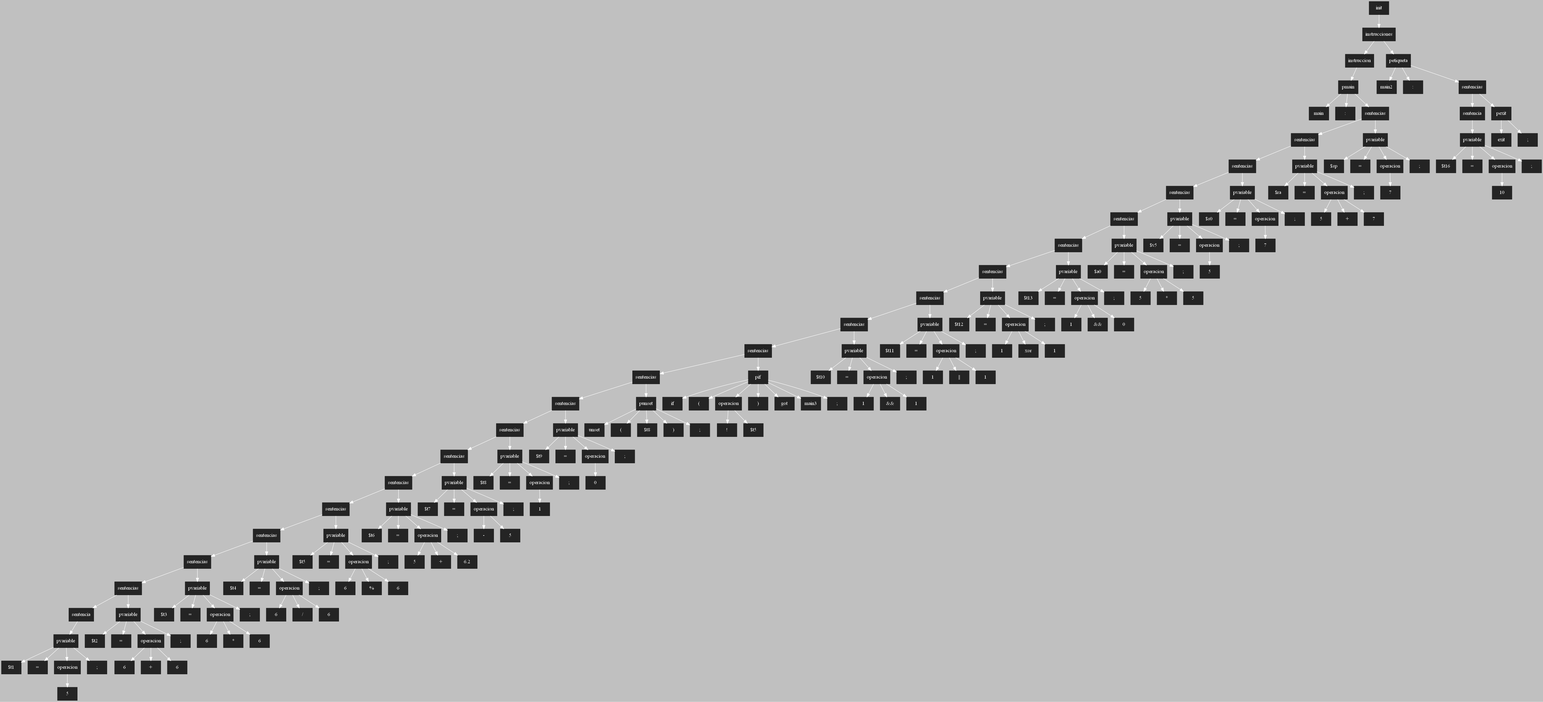
AndreeAvalos/OLC2-AUGUS keeps this Graphviz diagram as ASPAscendente.png. Above is the earlier version. Its source is kept beside it as ASPAscendente.dot.
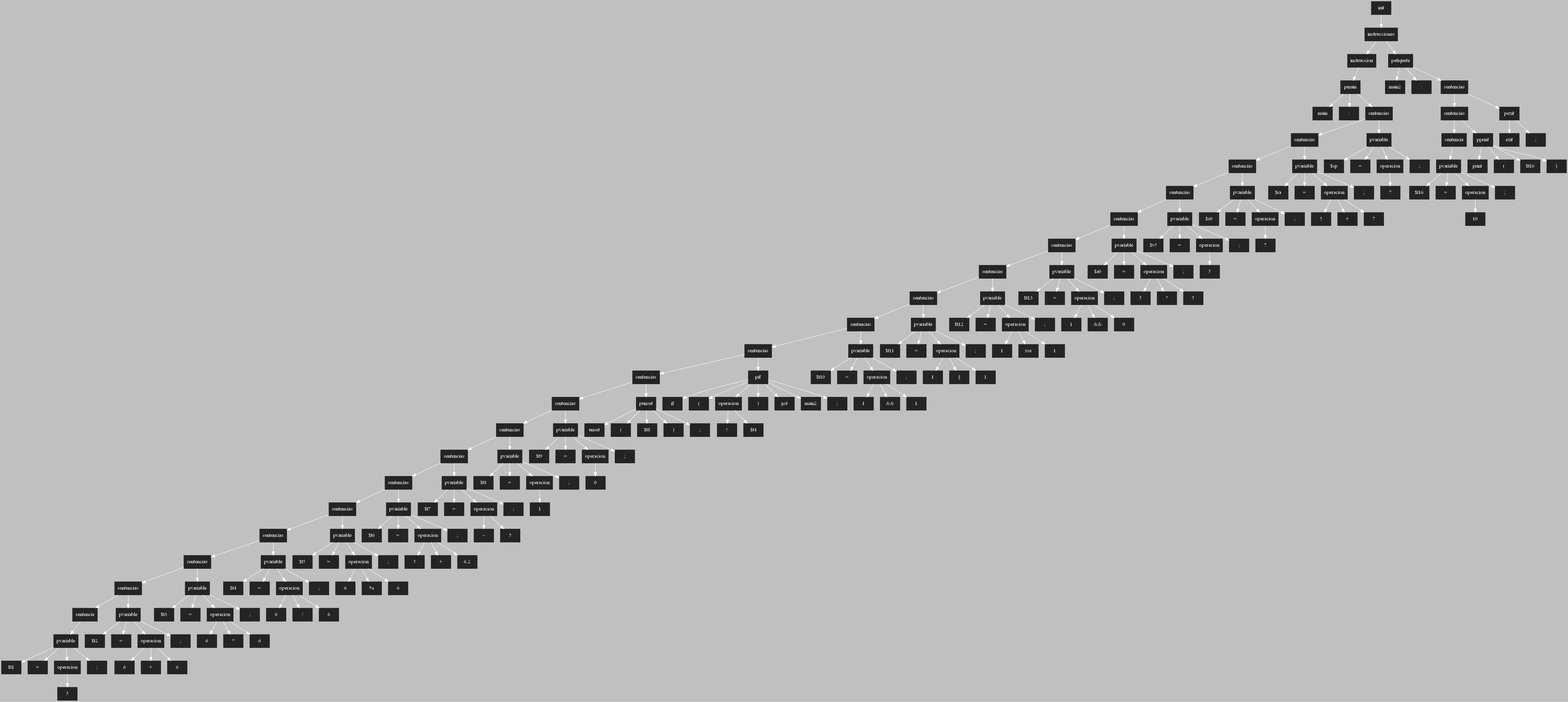
Later version of the same file.

Commit message:
Sentencia Print

Change to the diagram source:
```diff
@@ -3,378 +3,412 @@
  [shape=box, style=filled, color=gray14]
  rankdir=UD
  edge[color=white, dir=fordware]
-561[style = "filled" ; label = "init"]
-560[style = "filled" ; label = "instrucciones"]
-545[style = "filled" ; label = "instruccion"]
-542[style = "filled" ; label = "pmain"]
-543[style = "filled" ; label = "main"]
-544[style = "filled" ; label = ":"]
-541[style = "filled" ; label = "sentencias"]
-534[style = "filled" ; label = "sentencias"]
-525[style = "filled" ; label = "sentencias"]
-518[style = "filled" ; label = "sentencias"]
-511[style = "filled" ; label = "sentencias"]
-502[style = "filled" ; label = "sentencias"]
-493[style = "filled" ; label = "sentencias"]
-484[style = "filled" ; label = "sentencias"]
-475[style = "filled" ; label = "sentencias"]
-466[style = "filled" ; label = "sentencias"]
-455[style = "filled" ; label = "sentencias"]
-448[style = "filled" ; label = "sentencias"]
-441[style = "filled" ; label = "sentencias"]
-434[style = "filled" ; label = "sentencias"]
-426[style = "filled" ; label = "sentencias"]
-417[style = "filled" ; label = "sentencias"]
-408[style = "filled" ; label = "sentencias"]
-399[style = "filled" ; label = "sentencias"]
-390[style = "filled" ; label = "sentencias"]
-381[style = "filled" ; label = "sentencia"]
-377[style = "filled" ; label = "pvariable"]
-378[style = "filled" ; label = "$t1"]
-379[style = "filled" ; label = "="]
-376[style = "filled" ; label = "operacion"]
-375[style = "filled" ; label = "5"]
-380[style = "filled" ; label = ";"]
-386[style = "filled" ; label = "pvariable"]
-387[style = "filled" ; label = "$t2"]
-388[style = "filled" ; label = "="]
-384[style = "filled" ; label = "operacion"]
-382[style = "filled" ; label = "6"]
-385[style = "filled" ; label = "+"]
-383[style = "filled" ; label = "6"]
-389[style = "filled" ; label = ";"]
-395[style = "filled" ; label = "pvariable"]
-396[style = "filled" ; label = "$t3"]
-397[style = "filled" ; label = "="]
-393[style = "filled" ; label = "operacion"]
-391[style = "filled" ; label = "6"]
-394[style = "filled" ; label = "*"]
-392[style = "filled" ; label = "6"]
-398[style = "filled" ; label = ";"]
-404[style = "filled" ; label = "pvariable"]
-405[style = "filled" ; label = "$t4"]
-406[style = "filled" ; label = "="]
-402[style = "filled" ; label = "operacion"]
-400[style = "filled" ; label = "6"]
-403[style = "filled" ; label = "/"]
-401[style = "filled" ; label = "6"]
-407[style = "filled" ; label = ";"]
-413[style = "filled" ; label = "pvariable"]
-414[style = "filled" ; label = "$t5"]
-415[style = "filled" ; label = "="]
-411[style = "filled" ; label = "operacion"]
-409[style = "filled" ; label = "6"]
-412[style = "filled" ; label = "%"]
-410[style = "filled" ; label = "6"]
-416[style = "filled" ; label = ";"]
-422[style = "filled" ; label = "pvariable"]
-423[style = "filled" ; label = "$t6"]
-424[style = "filled" ; label = "="]
-420[style = "filled" ; label = "operacion"]
-418[style = "filled" ; label = "5"]
-421[style = "filled" ; label = "+"]
-419[style = "filled" ; label = "6.2"]
-425[style = "filled" ; label = ";"]
-430[style = "filled" ; label = "pvariable"]
-431[style = "filled" ; label = "$t7"]
-432[style = "filled" ; label = "="]
-428[style = "filled" ; label = "operacion"]
-429[style = "filled" ; label = "-"]
-427[style = "filled" ; label = "5"]
-433[style = "filled" ; label = ";"]
-437[style = "filled" ; label = "pvariable"]
-438[style = "filled" ; label = "$t8"]
-439[style = "filled" ; label = "="]
-436[style = "filled" ; label = "operacion"]
-435[style = "filled" ; label = "1"]
-440[style = "filled" ; label = ";"]
-444[style = "filled" ; label = "pvariable"]
-445[style = "filled" ; label = "$t9"]
-446[style = "filled" ; label = "="]
-443[style = "filled" ; label = "operacion"]
-442[style = "filled" ; label = "0"]
-447[style = "filled" ; label = ";"]
-449[style = "filled" ; label = "punset"]
-450[style = "filled" ; label = "unset"]
-451[style = "filled" ; label = "("]
-452[style = "filled" ; label = "$t8"]
-453[style = "filled" ; label = ")"]
-454[style = "filled" ; label = ";"]
-459[style = "filled" ; label = "pif"]
-460[style = "filled" ; label = "if"]
-461[style = "filled" ; label = "("]
-457[style = "filled" ; label = "operacion"]
-458[style = "filled" ; label = "!"]
-456[style = "filled" ; label = "$t5"]
-462[style = "filled" ; label = ")"]
-463[style = "filled" ; label = "got"]
-464[style = "filled" ; label = "main3"]
-465[style = "filled" ; label = ";"]
-471[style = "filled" ; label = "pvariable"]
-472[style = "filled" ; label = "$t10"]
-473[style = "filled" ; label = "="]
-469[style = "filled" ; label = "operacion"]
-467[style = "filled" ; label = "1"]
-470[style = "filled" ; label = "&&"]
-468[style = "filled" ; label = "1"]
-474[style = "filled" ; label = ";"]
-480[style = "filled" ; label = "pvariable"]
-481[style = "filled" ; label = "$t11"]
-482[style = "filled" ; label = "="]
-478[style = "filled" ; label = "operacion"]
-476[style = "filled" ; label = "1"]
-479[style = "filled" ; label = "||"]
-477[style = "filled" ; label = "1"]
-483[style = "filled" ; label = ";"]
-489[style = "filled" ; label = "pvariable"]
-490[style = "filled" ; label = "$t12"]
-491[style = "filled" ; label = "="]
-487[style = "filled" ; label = "operacion"]
-485[style = "filled" ; label = "1"]
-488[style = "filled" ; label = "xor"]
-486[style = "filled" ; label = "1"]
-492[style = "filled" ; label = ";"]
-498[style = "filled" ; label = "pvariable"]
-499[style = "filled" ; label = "$t13"]
-500[style = "filled" ; label = "="]
-496[style = "filled" ; label = "operacion"]
-494[style = "filled" ; label = "1"]
-497[style = "filled" ; label = "&&"]
-495[style = "filled" ; label = "0"]
-501[style = "filled" ; label = ";"]
-507[style = "filled" ; label = "pvariable"]
-508[style = "filled" ; label = "$a0"]
-509[style = "filled" ; label = "="]
-505[style = "filled" ; label = "operacion"]
-503[style = "filled" ; label = "5"]
-506[style = "filled" ; label = "*"]
-504[style = "filled" ; label = "5"]
-510[style = "filled" ; label = ";"]
-514[style = "filled" ; label = "pvariable"]
-515[style = "filled" ; label = "$v5"]
-516[style = "filled" ; label = "="]
-513[style = "filled" ; label = "operacion"]
-512[style = "filled" ; label = "5"]
-517[style = "filled" ; label = ";"]
-521[style = "filled" ; label = "pvariable"]
-522[style = "filled" ; label = "$s0"]
-523[style = "filled" ; label = "="]
-520[style = "filled" ; label = "operacion"]
-519[style = "filled" ; label = "7"]
-524[style = "filled" ; label = ";"]
-530[style = "filled" ; label = "pvariable"]
-531[style = "filled" ; label = "$ra"]
-532[style = "filled" ; label = "="]
-528[style = "filled" ; label = "operacion"]
-526[style = "filled" ; label = "5"]
-529[style = "filled" ; label = "+"]
-527[style = "filled" ; label = "7"]
-533[style = "filled" ; label = ";"]
-537[style = "filled" ; label = "pvariable"]
-538[style = "filled" ; label = "$sp"]
-539[style = "filled" ; label = "="]
-536[style = "filled" ; label = "operacion"]
-535[style = "filled" ; label = "7"]
-540[style = "filled" ; label = ";"]
-557[style = "filled" ; label = "petiqueta"]
-558[style = "filled" ; label = "main2"]
-559[style = "filled" ; label = ":"]
-556[style = "filled" ; label = "sentencias"]
-552[style = "filled" ; label = "sentencia"]
-548[style = "filled" ; label = "pvariable"]
-549[style = "filled" ; label = "$t16"]
-550[style = "filled" ; label = "="]
-547[style = "filled" ; label = "operacion"]
-546[style = "filled" ; label = "10"]
-551[style = "filled" ; label = ";"]
-553[style = "filled" ; label = "pexit"]
-554[style = "filled" ; label = "exit"]
-555[style = "filled" ; label = ";"]
-561->560;
-560->545;
-545->542;
-542->543;
-542->544;
-542->541;
-541->534;
-534->525;
-525->518;
-518->511;
-511->502;
-502->493;
-493->484;
-484->475;
-475->466;
-466->455;
-455->448;
-448->441;
-441->434;
-434->426;
-426->417;
-417->408;
-408->399;
-399->390;
-390->381;
-381->377;
-377->378;
-377->379;
+409[style = "filled" ; label = "init"]
+408[style = "filled" ; label = "instrucciones"]
+375[style = "filled" ; label = "instruccion"]
+372[style = "filled" ; label = "pmain"]
+373[style = "filled" ; label = "main"]
+374[style = "filled" ; label = ":"]
+371[style = "filled" ; label = "sentencias"]
+364[style = "filled" ; label = "sentencias"]
+355[style = "filled" ; label = "sentencias"]
+348[style = "filled" ; label = "sentencias"]
+341[style = "filled" ; label = "sentencias"]
+332[style = "filled" ; label = "sentencias"]
+323[style = "filled" ; label = "sentencias"]
+314[style = "filled" ; label = "sentencias"]
+305[style = "filled" ; label = "sentencias"]
+296[style = "filled" ; label = "sentencias"]
+286[style = "filled" ; label = "sentencias"]
+279[style = "filled" ; label = "sentencias"]
+272[style = "filled" ; label = "sentencias"]
+265[style = "filled" ; label = "sentencias"]
+257[style = "filled" ; label = "sentencias"]
+248[style = "filled" ; label = "sentencias"]
+239[style = "filled" ; label = "sentencias"]
+230[style = "filled" ; label = "sentencias"]
+221[style = "filled" ; label = "sentencias"]
+212[style = "filled" ; label = "sentencia"]
+208[style = "filled" ; label = "pvariable"]
+209[style = "filled" ; label = "$t1"]
+210[style = "filled" ; label = "="]
+207[style = "filled" ; label = "operacion"]
+206[style = "filled" ; label = "5"]
+211[style = "filled" ; label = ";"]
+217[style = "filled" ; label = "pvariable"]
+218[style = "filled" ; label = "$t2"]
+219[style = "filled" ; label = "="]
+215[style = "filled" ; label = "operacion"]
+213[style = "filled" ; label = "6"]
+216[style = "filled" ; label = "+"]
+214[style = "filled" ; label = "6"]
+220[style = "filled" ; label = ";"]
+226[style = "filled" ; label = "pvariable"]
+227[style = "filled" ; label = "$t3"]
+228[style = "filled" ; label = "="]
+224[style = "filled" ; label = "operacion"]
+222[style = "filled" ; label = "6"]
+225[style = "filled" ; label = "*"]
+223[style = "filled" ; label = "6"]
+229[style = "filled" ; label = ";"]
+235[style = "filled" ; label = "pvariable"]
+236[style = "filled" ; label = "$t4"]
+237[style = "filled" ; label = "="]
+233[style = "filled" ; label = "operacion"]
+231[style = "filled" ; label = "6"]
+234[style = "filled" ; label = "/"]
+232[style = "filled" ; label = "6"]
+238[style = "filled" ; label = ";"]
+244[style = "filled" ; label = "pvariable"]
+245[style = "filled" ; label = "$t5"]
+246[style = "filled" ; label = "="]
+242[style = "filled" ; label = "operacion"]
+240[style = "filled" ; label = "6"]
+243[style = "filled" ; label = "%"]
+241[style = "filled" ; label = "6"]
+247[style = "filled" ; label = ";"]
+253[style = "filled" ; label = "pvariable"]
+254[style = "filled" ; label = "$t6"]
+255[style = "filled" ; label = "="]
+251[style = "filled" ; label = "operacion"]
+249[style = "filled" ; label = "5"]
+252[style = "filled" ; label = "+"]
+250[style = "filled" ; label = "6.2"]
+256[style = "filled" ; label = ";"]
+261[style = "filled" ; label = "pvariable"]
+262[style = "filled" ; label = "$t7"]
+263[style = "filled" ; label = "="]
+259[style = "filled" ; label = "operacion"]
+260[style = "filled" ; label = "-"]
+258[style = "filled" ; label = "5"]
+264[style = "filled" ; label = ";"]
+268[style = "filled" ; label = "pvariable"]
+269[style = "filled" ; label = "$t8"]
+270[style = "filled" ; label = "="]
+267[style = "filled" ; label = "operacion"]
+266[style = "filled" ; label = "1"]
+271[style = "filled" ; label = ";"]
+275[style = "filled" ; label = "pvariable"]
+276[style = "filled" ; label = "$t9"]
+277[style = "filled" ; label = "="]
+274[style = "filled" ; label = "operacion"]
+273[style = "filled" ; label = "0"]
+278[style = "filled" ; label = ";"]
+280[style = "filled" ; label = "punset"]
+281[style = "filled" ; label = "unset"]
+282[style = "filled" ; label = "("]
+283[style = "filled" ; label = "$t8"]
+284[style = "filled" ; label = ")"]
+285[style = "filled" ; label = ";"]
+289[style = "filled" ; label = "pif"]
+290[style = "filled" ; label = "if"]
+291[style = "filled" ; label = "("]
+288[style = "filled" ; label = "operacion"]
+287[style = "filled" ; label = "$t4"]
+292[style = "filled" ; label = ")"]
+293[style = "filled" ; label = "got"]
+294[style = "filled" ; label = "main2"]
+295[style = "filled" ; label = ";"]
+301[style = "filled" ; label = "pvariable"]
+302[style = "filled" ; label = "$t10"]
+303[style = "filled" ; label = "="]
+299[style = "filled" ; label = "operacion"]
+297[style = "filled" ; label = "1"]
+300[style = "filled" ; label = "&&"]
+298[style = "filled" ; label = "1"]
+304[style = "filled" ; label = ";"]
+310[style = "filled" ; label = "pvariable"]
+311[style = "filled" ; label = "$t11"]
+312[style = "filled" ; label = "="]
+308[style = "filled" ; label = "operacion"]
+306[style = "filled" ; label = "1"]
+309[style = "filled" ; label = "||"]
+307[style = "filled" ; label = "1"]
+313[style = "filled" ; label = ";"]
+319[style = "filled" ; label = "pvariable"]
+320[style = "filled" ; label = "$t12"]
+321[style = "filled" ; label = "="]
+317[style = "filled" ; label = "operacion"]
+315[style = "filled" ; label = "1"]
+318[style = "filled" ; label = "xor"]
+316[style = "filled" ; label = "1"]
+322[style = "filled" ; label = ";"]
+328[style = "filled" ; label = "pvariable"]
+329[style = "filled" ; label = "$t13"]
+330[style = "filled" ; label = "="]
+326[style = "filled" ; label = "operacion"]
+324[style = "filled" ; label = "1"]
+327[style = "filled" ; label = "&&"]
+325[style = "filled" ; label = "0"]
+331[style = "filled" ; label = ";"]
+337[style = "filled" ; label = "pvariable"]
+338[style = "filled" ; label = "$a0"]
+339[style = "filled" ; label = "="]
+335[style = "filled" ; label = "operacion"]
+333[style = "filled" ; label = "5"]
+336[style = "filled" ; label = "*"]
+334[style = "filled" ; label = "5"]
+340[style = "filled" ; label = ";"]
+344[style = "filled" ; label = "pvariable"]
+345[style = "filled" ; label = "$v5"]
+346[style = "filled" ; label = "="]
+343[style = "filled" ; label = "operacion"]
+342[style = "filled" ; label = "5"]
+347[style = "filled" ; label = ";"]
+351[style = "filled" ; label = "pvariable"]
+352[style = "filled" ; label = "$s0"]
+353[style = "filled" ; label = "="]
+350[style = "filled" ; label = "operacion"]
+349[style = "filled" ; label = "7"]
+354[style = "filled" ; label = ";"]
+360[style = "filled" ; label = "pvariable"]
+361[style = "filled" ; label = "$ra"]
+362[style = "filled" ; label = "="]
+358[style = "filled" ; label = "operacion"]
+356[style = "filled" ; label = "5"]
+359[style = "filled" ; label = "+"]
+357[style = "filled" ; label = "7"]
+363[style = "filled" ; label = ";"]
+367[style = "filled" ; label = "pvariable"]
+368[style = "filled" ; label = "$sp"]
+369[style = "filled" ; label = "="]
+366[style = "filled" ; label = "operacion"]
+365[style = "filled" ; label = "7"]
+370[style = "filled" ; label = ";"]
+405[style = "filled" ; label = "petiqueta"]
+406[style = "filled" ; label = "main2"]
+407[style = "filled" ; label = ":"]
+404[style = "filled" ; label = "sentencias"]
+400[style = "filled" ; label = "sentencias"]
+394[style = "filled" ; label = "sentencias"]
+388[style = "filled" ; label = "sentencias"]
+382[style = "filled" ; label = "sentencia"]
+378[style = "filled" ; label = "pvariable"]
+379[style = "filled" ; label = "$t16"]
+380[style = "filled" ; label = "="]
+377[style = "filled" ; label = "operacion"]
+376[style = "filled" ; label = "10"]
+381[style = "filled" ; label = ";"]
+383[style = "filled" ; label = "pprint"]
+384[style = "filled" ; label = "print"]
+385[style = "filled" ; label = "("]
+386[style = "filled" ; label = "$t16"]
+387[style = "filled" ; label = ")"]
+389[style = "filled" ; label = "pprint"]
+390[style = "filled" ; label = "print"]
+391[style = "filled" ; label = "("]
+392[style = "filled" ; label = ""\n""]
+393[style = "filled" ; label = ")"]
+395[style = "filled" ; label = "pprint"]
+396[style = "filled" ; label = "print"]
+397[style = "filled" ; label = "("]
+398[style = "filled" ; label = "$t16"]
+399[style = "filled" ; label = ")"]
+401[style = "filled" ; label = "pexit"]
+402[style = "filled" ; label = "exit"]
+403[style = "filled" ; label = ";"]
+409->408;
+408->375;
+375->372;
+372->373;
+372->374;
+372->371;
+371->364;
+364->355;
+355->348;
+348->341;
+341->332;
+332->323;
+323->314;
+314->305;
+305->296;
+296->286;
+286->279;
+279->272;
+272->265;
+265->257;
+257->248;
+248->239;
+239->230;
+230->221;
+221->212;
+212->208;
+208->209;
+208->210;
+208->207;
+207->206;
+208->211;
+221->217;
+217->218;
+217->219;
+217->215;
+215->213;
+215->216;
+215->214;
+217->220;
+230->226;
+226->227;
+226->228;
+226->224;
+224->222;
+224->225;
+224->223;
+226->229;
+239->235;
+235->236;
+235->237;
+235->233;
+233->231;
+233->234;
+233->232;
+235->238;
+248->244;
+244->245;
+244->246;
+244->242;
+242->240;
+242->243;
+242->241;
+244->247;
+257->253;
+253->254;
+253->255;
+253->251;
+251->249;
+251->252;
+251->250;
+253->256;
+265->261;
+261->262;
+261->263;
+261->259;
+259->260;
+259->258;
+261->264;
+272->268;
+268->269;
+268->270;
+268->267;
+267->266;
+268->271;
+279->275;
+275->276;
+275->277;
+275->274;
+274->273;
+275->278;
+286->280;
+280->281;
+280->282;
+280->283;
+280->284;
+280->285;
+296->289;
+289->290;
+289->291;
+289->288;
+288->287;
+289->292;
+289->293;
+289->294;
+289->295;
+305->301;
+301->302;
+301->303;
+301->299;
+299->297;
+299->300;
+299->298;
+301->304;
+314->310;
+310->311;
+310->312;
+310->308;
+308->306;
+308->309;
+308->307;
+310->313;
+323->319;
+319->320;
+319->321;
+319->317;
+317->315;
+317->318;
+317->316;
+319->322;
+332->328;
+328->329;
+328->330;
+328->326;
+326->324;
+326->327;
+326->325;
+328->331;
+341->337;
+337->338;
+337->339;
+337->335;
+335->333;
+335->336;
+335->334;
+337->340;
+348->344;
+344->345;
+344->346;
+344->343;
+343->342;
+344->347;
+355->351;
+351->352;
+351->353;
+351->350;
+350->349;
+351->354;
+364->360;
+360->361;
+360->362;
+360->358;
+358->356;
+358->359;
+358->357;
+360->363;
+371->367;
+367->368;
+367->369;
+367->366;
+366->365;
+367->370;
+408->405;
+405->406;
+405->407;
+405->404;
+404->400;
+400->394;
+394->388;
+388->382;
+382->378;
+378->379;
+378->380;
+378->377;
 377->376;
-376->375;
-377->380;
-390->386;
-386->387;
-386->388;
-386->384;
-384->382;
-384->385;
-384->383;
-386->389;
-399->395;
+378->381;
+388->383;
+383->384;
+383->385;
+383->386;
+383->387;
+394->389;
+389->390;
+389->391;
+389->392;
+389->393;
+400->395;
 395->396;
 395->397;
-395->393;
-393->391;
-393->394;
-393->392;
 395->398;
-408->404;
-404->405;
-404->406;
-404->402;
-402->400;
-402->403;
-402->401;
-404->407;
-417->413;
-413->414;
-413->415;
-413->411;
-411->409;
-411->412;
-411->410;
-413->416;
-426->422;
-422->423;
-422->424;
-422->420;
-420->418;
-420->421;
-420->419;
-422->425;
-434->430;
-430->431;
-430->432;
-430->428;
-428->429;
-428->427;
-430->433;
-441->437;
-437->438;
-437->439;
-437->436;
-436->435;
-437->440;
-448->444;
-444->445;
-444->446;
-444->443;
-443->442;
-444->447;
-455->449;
-449->450;
-449->451;
-449->452;
-449->453;
-449->454;
-466->459;
-459->460;
-459->461;
-459->457;
-457->458;
-457->456;
-459->462;
-459->463;
-459->464;
-459->465;
-475->471;
-471->472;
-471->473;
-471->469;
-469->467;
-469->470;
-469->468;
-471->474;
-484->480;
-480->481;
-480->482;
-480->478;
-478->476;
-478->479;
-478->477;
-480->483;
-493->489;
-489->490;
-489->491;
-489->487;
-487->485;
-487->488;
-487->486;
-489->492;
-502->498;
-498->499;
-498->500;
-498->496;
-496->494;
-496->497;
-496->495;
-498->501;
-511->507;
-507->508;
-507->509;
-507->505;
-505->503;
-505->506;
-505->504;
-507->510;
-518->514;
-514->515;
-514->516;
-514->513;
-513->512;
-514->517;
-525->521;
-521->522;
-521->523;
-521->520;
-520->519;
-521->524;
-534->530;
-530->531;
-530->532;
-530->528;
-528->526;
-528->529;
-528->527;
-530->533;
-541->537;
-537->538;
-537->539;
-537->536;
-536->535;
-537->540;
-560->557;
-557->558;
-557->559;
-557->556;
-556->552;
-552->548;
-548->549;
-548->550;
-548->547;
-547->546;
-548->551;
-556->553;
-553->554;
-553->555;
+395->399;
+404->401;
+401->402;
+401->403;
 
 }
```
